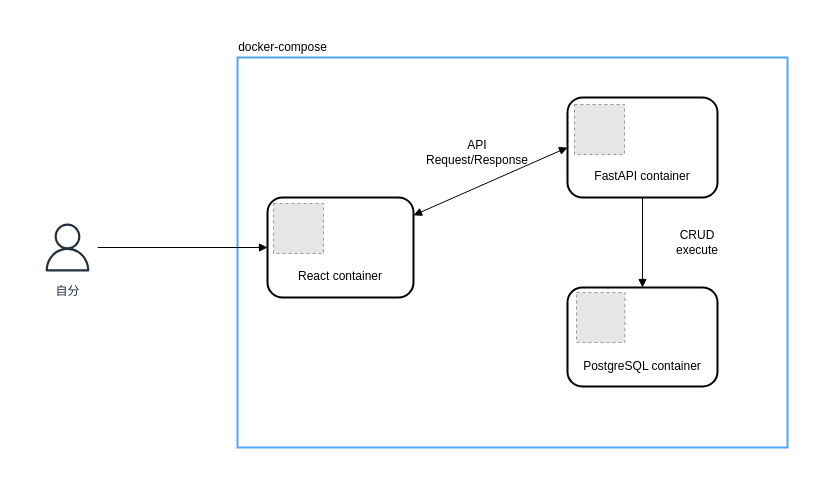
This is infrastructure.drawio from tanizawaf/growing, a draw.io file, before an edit. Source tidied: cells renumbered, new cells numbered last; positions are measured from the earlier drawing's top-left corner, leaving out a move shared by most shapes. Both pictures are drawn from the tidied source at 100%, with x=0, y=0 at pixel (37, 32). Pictures stored in the file or linked from it are replaced by grey dashed boxes.
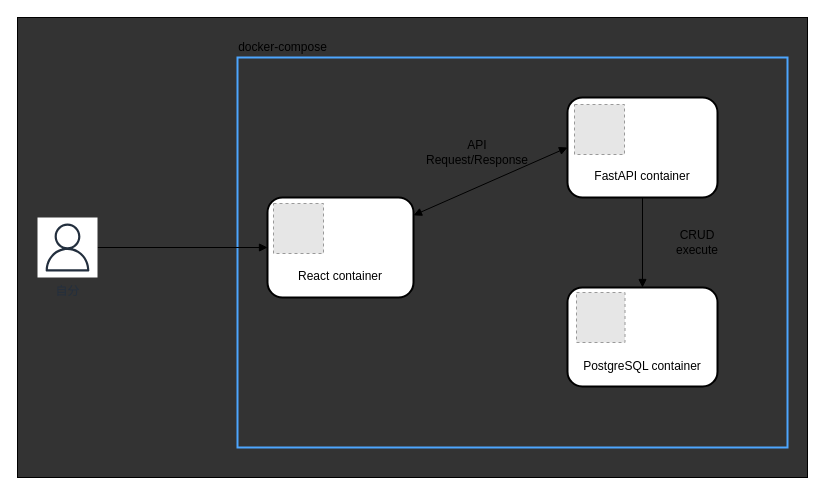
After the change.

The edit, as a diff of the source:
```diff
@@
 <mxGraphModel>
   <root>
     <mxCell id="0" />
     <mxCell id="1" parent="0" />
+    <mxCell id="19" style="whiteSpace=wrap;html=1;fillColor=#333333;" parent="1" vertex="1">
+      <mxGeometry x="-20" y="-15" width="790" height="460" as="geometry" />
+    </mxCell>
     <mxCell id="2" style="whiteSpace=wrap;html=1;strokeWidth=2;fillColor=none;strokeColor=#4DA6FF;" parent="1" vertex="1">
       <mxGeometry x="200" y="25" width="550" height="390" as="geometry" />
     </mxCell>
     <mxCell id="3" style="edgeStyle=none;html=1;entryX=0;entryY=0.5;entryDx=0;entryDy=0;startArrow=none;startFill=0;endArrow=block;endFill=1;" parent="1" edge="1" source="4" target="7">
       <mxGeometry relative="1" as="geometry" />
     </mxCell>
     <mxCell id="4" value="自分" style="sketch=0;outlineConnect=0;fontColor=#232F3E;gradientColor=none;strokeColor=#232F3E;fillColor=#ffffff;dashed=0;verticalLabelPosition=bottom;verticalAlign=top;align=center;html=1;fontSize=12;fontStyle=0;shape=mxgraph.aws4.resourceIcon;resIcon=mxgraph.aws4.user;" parent="1" vertex="1">
       <mxGeometry y="185" width="60" height="60" as="geometry" />
     </mxCell>
     <mxCell id="5" value="docker-compose" style="text;html=1;align=center;verticalAlign=middle;strokeColor=none;fillColor=none;" parent="1" vertex="1">
       <mxGeometry x="190" width="110" height="30" as="geometry" />
     </mxCell>
     <mxCell id="6" style="group;" parent="1" vertex="1">
       <mxGeometry x="230" y="165" width="150" height="100" as="geometry" />
     </mxCell>
     <mxCell id="7" value="&lt;br&gt;&lt;br&gt;&lt;br&gt;&lt;br&gt;React container" style="whiteSpace=wrap;html=1;strokeWidth=2;rounded=1;" parent="6" vertex="1">
       <mxGeometry width="146" height="100" as="geometry" />
     </mxCell>
     <mxCell id="8" style="fillColor=#E6E6E6;strokeColor=#999999;dashed=1;verticalLabelPosition=bottom;verticalAlign=top;" parent="6" vertex="1">
       <mxGeometry x="6" y="6" width="50" height="50" as="geometry" />
     </mxCell>
     <mxCell id="9" style="group;" parent="1" vertex="1">
       <mxGeometry x="530" y="65" width="150" height="100" as="geometry" />
     </mxCell>
     <mxCell id="10" value="&lt;br&gt;&lt;br&gt;&lt;br&gt;&lt;br&gt;FastAPI container" style="whiteSpace=wrap;html=1;rounded=1;strokeWidth=2;" parent="9" vertex="1">
       <mxGeometry width="150" height="100" as="geometry" />
     </mxCell>
     <mxCell id="11" style="fillColor=#E6E6E6;strokeColor=#999999;dashed=1;verticalLabelPosition=bottom;verticalAlign=top;" parent="9" vertex="1">
       <mxGeometry x="7" y="7" width="50" height="50" as="geometry" />
     </mxCell>
     <mxCell id="12" style="group;" parent="1" vertex="1">
       <mxGeometry x="530" y="255" width="150" height="99" as="geometry" />
     </mxCell>
     <mxCell id="13" value="&lt;br&gt;&lt;br&gt;&lt;br&gt;&lt;br&gt;PostgreSQL container" style="whiteSpace=wrap;html=1;rounded=1;strokeWidth=2;" parent="12" vertex="1">
       <mxGeometry width="150" height="99" as="geometry" />
     </mxCell>
     <mxCell id="14" style="fillColor=#E6E6E6;strokeColor=#999999;dashed=1;verticalLabelPosition=bottom;verticalAlign=top;" parent="12" vertex="1">
       <mxGeometry x="9" y="5" width="48.5" height="50" as="geometry" />
     </mxCell>
     <mxCell id="15" style="edgeStyle=none;html=1;entryX=0;entryY=0.5;entryDx=0;entryDy=0;startArrow=block;startFill=1;endArrow=block;endFill=1;" parent="1" edge="1" source="7" target="10">
       <mxGeometry relative="1" as="geometry" />
     </mxCell>
     <mxCell id="16" value="API Request/Response" style="text;strokeColor=none;align=center;fillColor=none;html=1;verticalAlign=middle;whiteSpace=wrap;rounded=0;strokeWidth=2;" parent="1" vertex="1">
       <mxGeometry x="410" y="105" width="60" height="30" as="geometry" />
     </mxCell>
     <mxCell id="17" style="edgeStyle=none;html=1;startArrow=none;startFill=0;endArrow=block;endFill=1;" parent="1" edge="1" source="10" target="13">
       <mxGeometry relative="1" as="geometry" />
     </mxCell>
     <mxCell id="18" value="CRUD execute" style="text;strokeColor=none;align=center;fillColor=none;html=1;verticalAlign=middle;whiteSpace=wrap;rounded=0;strokeWidth=2;" parent="1" vertex="1">
       <mxGeometry x="630" y="195" width="60" height="30" as="geometry" />
     </mxCell>
   </root>
 </mxGraphModel>
```
